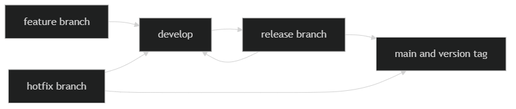
Above: diagrams/rendered/gitflow.png in danielyatacoblas/fieldops-service-platform (Mermaid), before the change. Its source is kept beside it as diagrams/gitflow.mmd. Source of this version:
```mermaid
flowchart LR
    F[feature branch] --> D[develop]
    D --> R[release branch]
    R --> M[main and version tag]
    R --> D
    H[hotfix branch] --> M
    H --> D
```
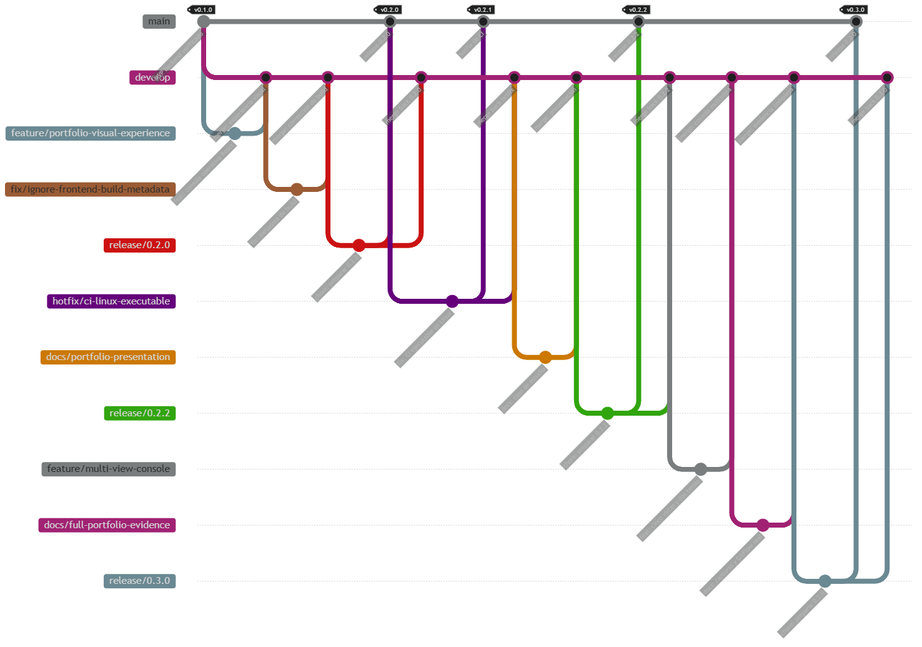
The same file after the commit.

Change to the diagram source:
```diff
@@ -1,7 +1,49 @@
-flowchart LR
-    F[feature branch] --> D[develop]
-    D --> R[release branch]
-    R --> M[main and version tag]
-    R --> D
-    H[hotfix branch] --> M
-    H --> D
+gitGraph
+   commit id: "MVP backend verificado" tag: "v0.1.0"
+   branch develop
+   checkout develop
+   branch feature/portfolio-visual-experience
+   commit id: "feat: consola operativa React"
+   checkout develop
+   merge feature/portfolio-visual-experience id: "merge: experiencia visual"
+   branch fix/ignore-frontend-build-metadata
+   commit id: "fix: metadata de build"
+   checkout develop
+   merge fix/ignore-frontend-build-metadata id: "merge: correccion de build"
+   branch release/0.2.0
+   commit id: "chore: preparar 0.2.0"
+   checkout main
+   merge release/0.2.0 id: "release 0.2.0" tag: "v0.2.0"
+   checkout develop
+   merge release/0.2.0 id: "merge back 0.2.0"
+   checkout main
+   branch hotfix/ci-linux-executable
+   commit id: "fix: CI ejecutable en Linux"
+   checkout main
+   merge hotfix/ci-linux-executable id: "hotfix de CI" tag: "v0.2.1"
+   checkout develop
+   merge hotfix/ci-linux-executable id: "merge back hotfix"
+   branch docs/portfolio-presentation
+   commit id: "docs: caso de estudio"
+   checkout develop
+   merge docs/portfolio-presentation id: "merge: presentacion"
+   branch release/0.2.2
+   commit id: "chore: preparar 0.2.2"
+   checkout main
+   merge release/0.2.2 id: "release 0.2.2" tag: "v0.2.2"
+   checkout develop
+   merge release/0.2.2 id: "merge back 0.2.2"
+   branch feature/multi-view-console
+   commit id: "feat: cinco vistas y dos temas"
+   checkout develop
+   merge feature/multi-view-console id: "merge: consola multivista"
+   branch docs/full-portfolio-evidence
+   commit id: "docs: capturas y GitFlow real"
+   checkout develop
+   merge docs/full-portfolio-evidence id: "merge: evidencia completa"
+   branch release/0.3.0
+   commit id: "chore: preparar 0.3.0"
+   checkout main
+   merge release/0.3.0 id: "release 0.3.0" tag: "v0.3.0"
+   checkout develop
+   merge release/0.3.0 id: "merge back 0.3.0"
```
